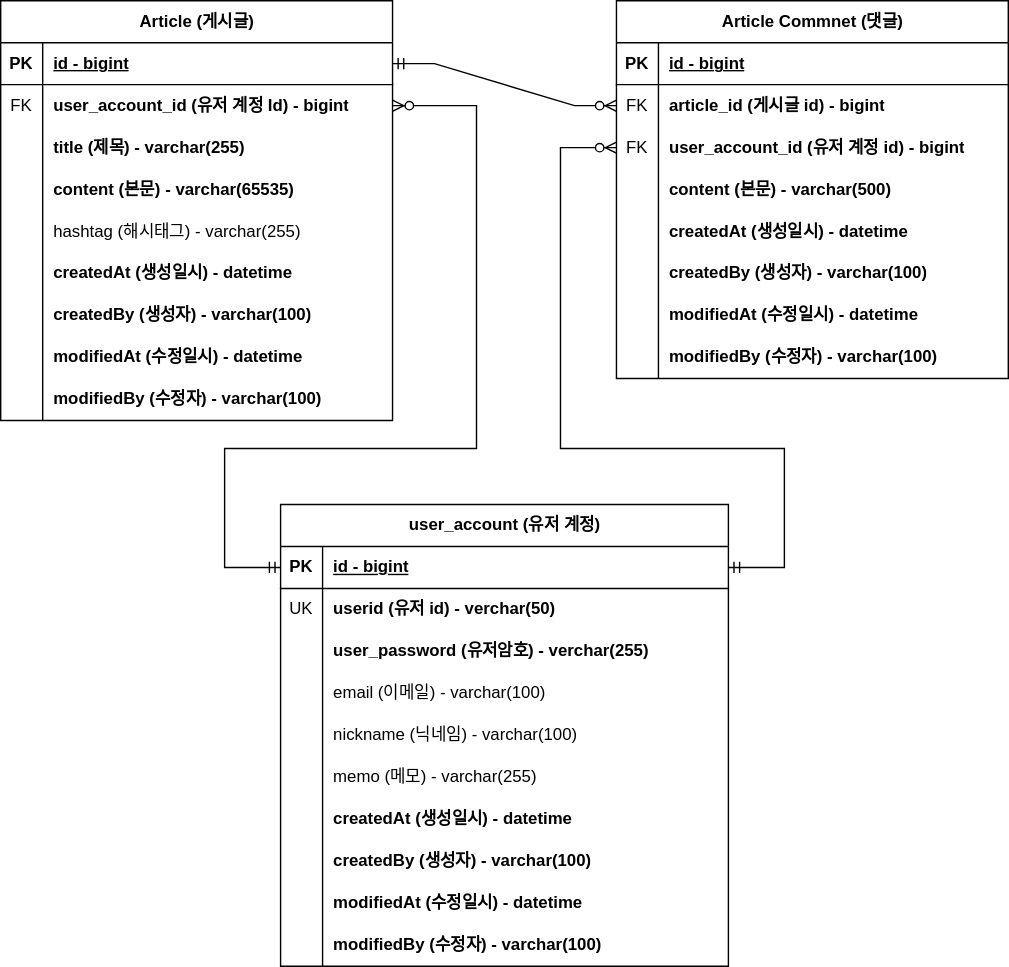
Earlier version of the draw.io export document/project-board-erd.svg (LE2HE/fastcampus-project-board). Source tidied: cells renumbered, new cells last; positions are measured from the earlier drawing's top-left corner, leaving out a move shared by most shapes.
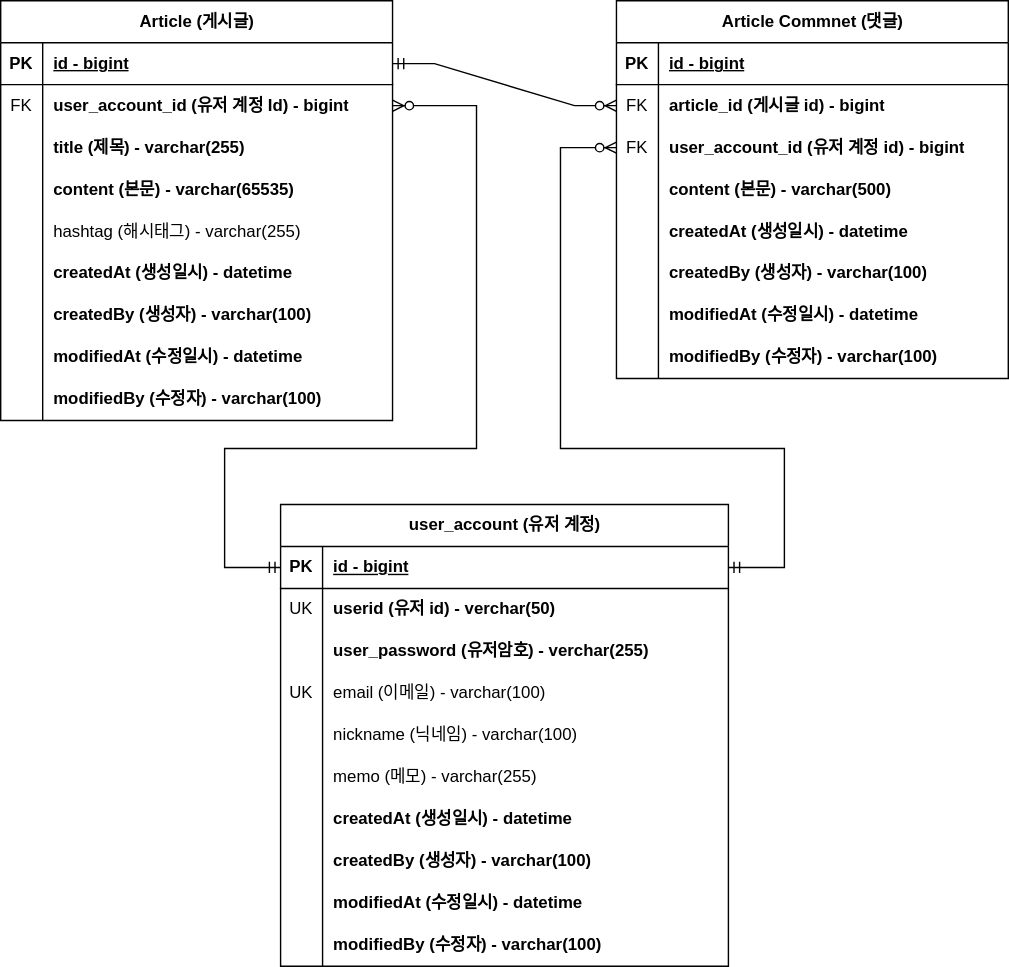
After the commit.

Commit message:
Docs #31 - ERD 업데이트 : 회원 계정 도메인의 email UK 추가

What changed in the source:
```diff
@@ -197,7 +197,7 @@
     <mxCell id="66" style="shape=tableRow;horizontal=0;startSize=0;swimlaneHead=0;swimlaneBody=0;fillColor=none;top=0;left=0;right=0;bottom=0;" parent="56" vertex="1">
       <mxGeometry y="120" width="320" height="30" as="geometry" />
     </mxCell>
-    <mxCell id="67" style="shape=partialRectangle;fillColor=none;top=0;left=0;bottom=0;right=0;overflow=hidden;whiteSpace=wrap;html=1;" parent="66" vertex="1">
+    <mxCell id="67" value="UK" style="shape=partialRectangle;fillColor=none;top=0;left=0;bottom=0;right=0;overflow=hidden;whiteSpace=wrap;html=1;" parent="66" vertex="1">
       <mxGeometry width="30" height="30" as="geometry" />
     </mxCell>
     <mxCell id="68" value="email (이메일) - varchar(100)" style="shape=partialRectangle;fillColor=none;top=0;left=0;bottom=0;right=0;align=left;spacingLeft=6;overflow=hidden;whiteSpace=wrap;html=1;" parent="66" vertex="1">
```
